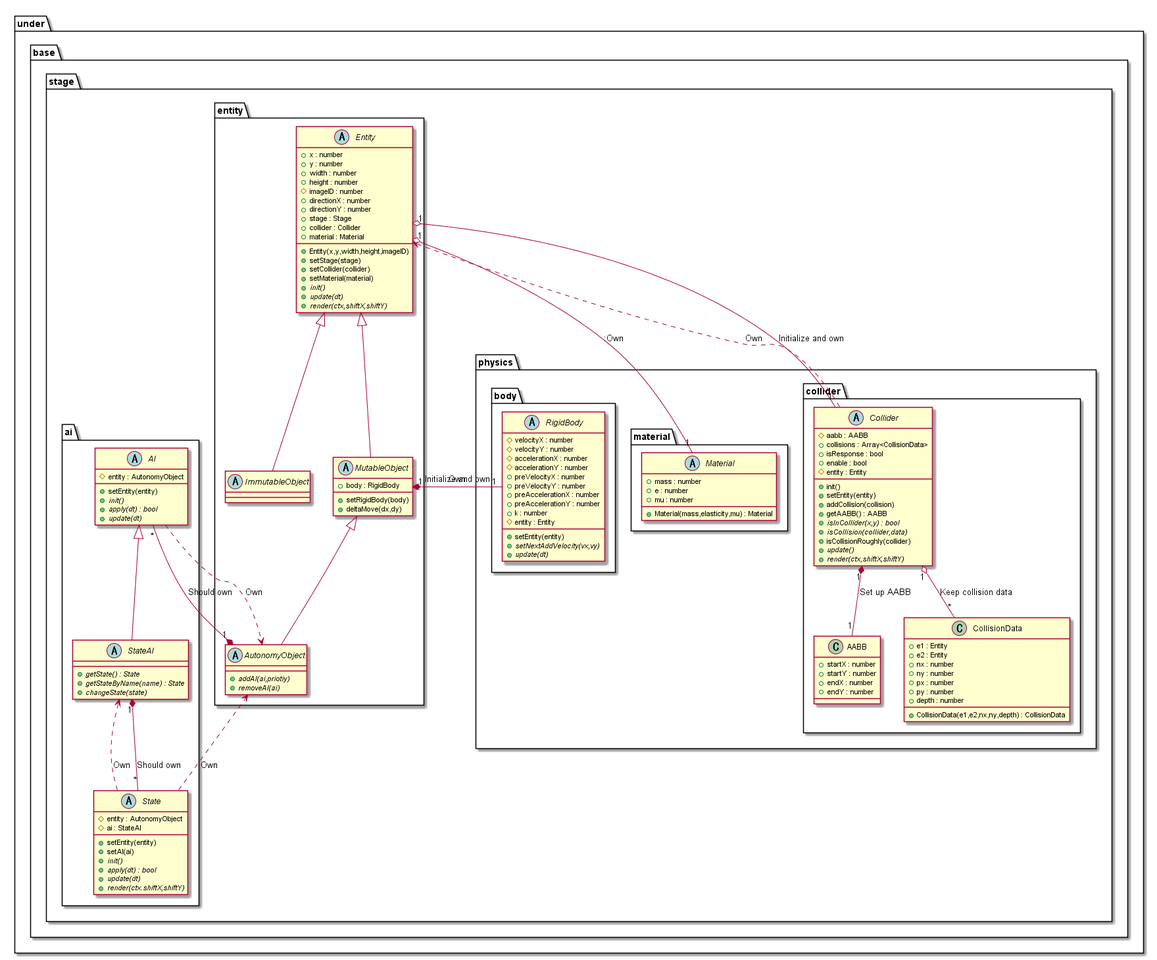
The PlantUML diagram out/uml/entity/Base/EntityBase.png in Expine/Under, before a commit.
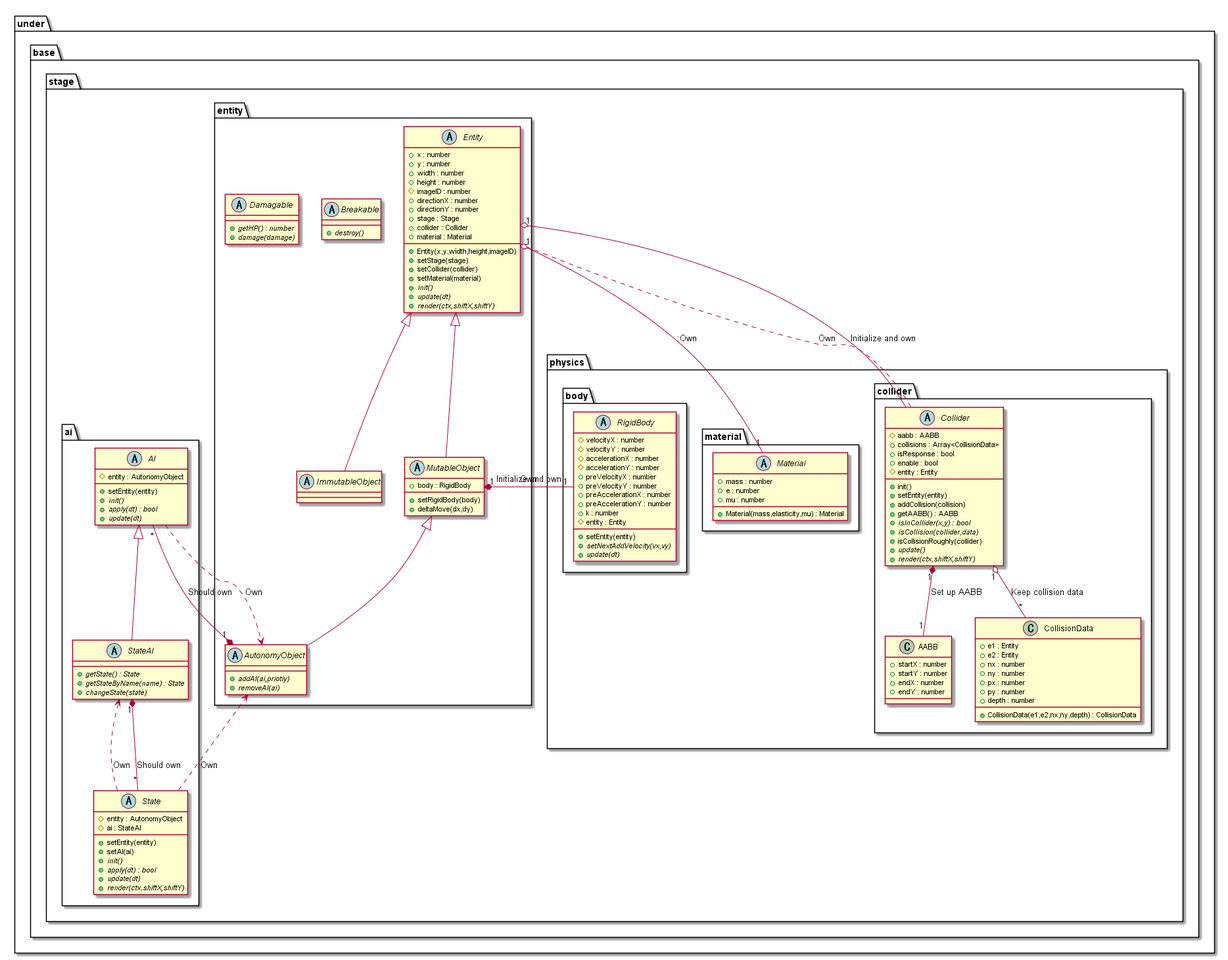
Above is the later version.

Diff of the diagram source:
```diff
@@ -33,6 +33,15 @@
                 abstract AutonomyObject {
                     {abstract} +addAI(ai,priotiy)
                     {abstract} +removeAI(ai)
+                }
+
+                abstract Breakable {
+                    {abstract} +destroy()
+                }
+
+                abstract Damagable {
+                    {abstract} +getHP() : number
+                    {abstract} +damage(damage)
                 }
             }
             package physics {
```
